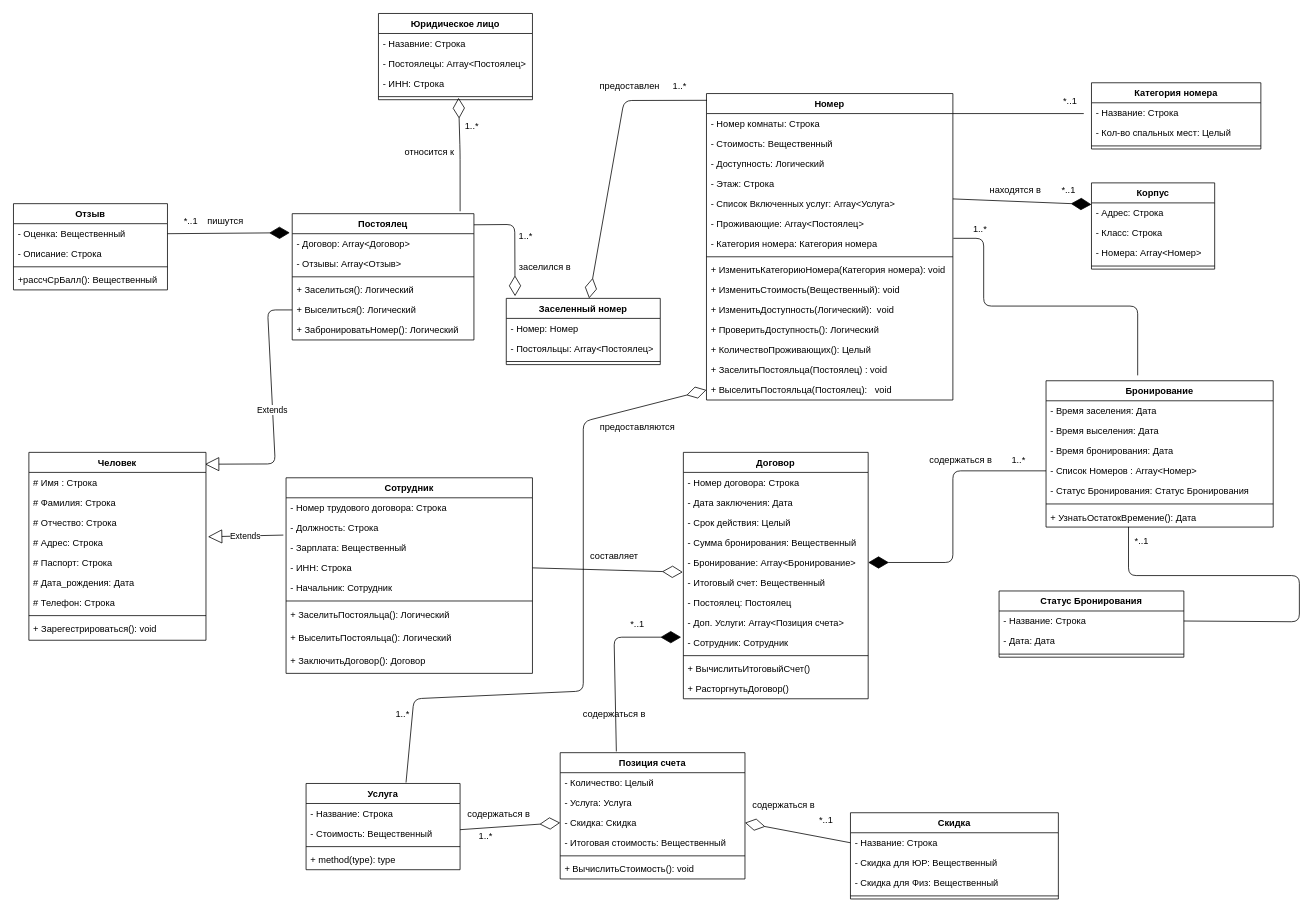
Earlier version of the draw.io diagram IS_IS/lab2/Class diagram.drawio (Suvorovm/DB--Labs). Source tidied: cells renumbered, new cells numbered last; positions are measured from the earlier drawing's top-left corner, leaving out a move shared by most shapes. Both pictures are drawn from the tidied source at 77%, with x=0, y=0 at pixel (13, 13).
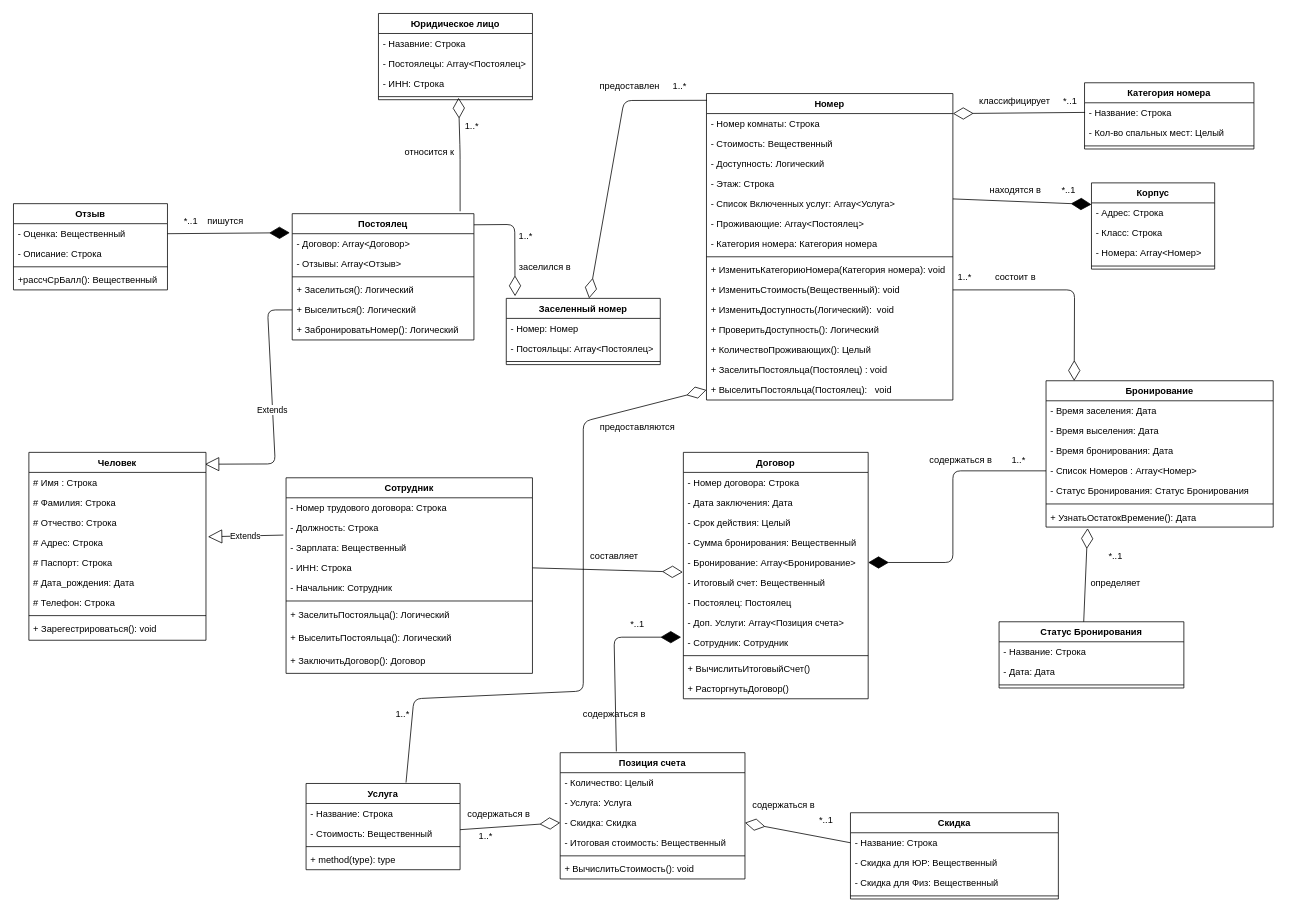
The same diagram, later.

The change refers to these unchanged cells:
```xml
<mxCell id="12" value="+ ИзменитьСтоимость(Вещественный): void" style="text;strokeColor=none;fillColor=none;align=left;verticalAlign=top;spacingLeft=4;spacingRight=4;overflow=hidden;points=[[0,0.5],[1,0.5]];portConstraint=eastwest;" parent="2" vertex="1">
  <mxGeometry y="242" width="320" height="26" as="geometry" />
</mxCell>
<mxCell id="20" value="Бронирование" style="swimlane;fontStyle=1;align=center;verticalAlign=top;horizontal=1;startSize=26;" parent="1" vertex="1">
  <mxGeometry x="1341" y="477" width="295" height="190" as="geometry" />
</mxCell>
<mxCell id="27" value="+ УзнатьОстатокВремение(): Дата" style="text;strokeColor=none;fillColor=none;align=left;verticalAlign=top;spacingLeft=4;spacingRight=4;overflow=hidden;points=[[0,0.5],[1,0.5]];portConstraint=eastwest;" parent="20" vertex="1">
  <mxGeometry y="164" width="295" height="26" as="geometry" />
</mxCell>
<mxCell id="38" value="- Название: Строка" style="text;strokeColor=none;fillColor=none;align=left;verticalAlign=top;spacingLeft=4;spacingRight=4;overflow=hidden;points=[[0,0.5],[1,0.5]];portConstraint=eastwest;" parent="37" vertex="1">
  <mxGeometry y="26" width="240" height="26" as="geometry" />
</mxCell>
<mxCell id="122" value="*..1" style="text;html=1;align=center;verticalAlign=middle;points=[];" parent="1" vertex="1">
  <mxGeometry x="1357" y="104" width="30" height="20" as="geometry" />
</mxCell>
```

What changed in the source:
```diff
@@
     <mxCell id="33" value="Категория номера" style="swimlane;fontStyle=1;align=center;verticalAlign=top;horizontal=1;startSize=26;" parent="1" vertex="1">
-      <mxGeometry x="1400" y="90" width="220" height="86" as="geometry" />
+      <mxGeometry x="1391" y="90" width="220" height="86" as="geometry" />
     </mxCell>
@@
     <mxCell id="37" value="Статус Бронирования" style="swimlane;fontStyle=1;align=center;verticalAlign=top;horizontal=1;startSize=26;" parent="1" vertex="1">
-      <mxGeometry x="1280" y="750" width="240" height="86" as="geometry" />
+      <mxGeometry x="1280" y="790" width="240" height="86" as="geometry" />
     </mxCell>
@@
-    <mxCell id="112" style="endArrow=none;html=1;edgeStyle=orthogonalEdgeStyle;exitX=1.002;exitY=0.231;exitDx=0;exitDy=0;exitPerimeter=0;" parent="1" edge="1">
-      <mxGeometry relative="1" as="geometry">
-        <mxPoint x="1220.6" y="292" as="sourcePoint" />
-        <mxPoint x="1460" y="470" as="targetPoint" />
-        <Array as="points">
-          <mxPoint x="1260" y="292" />
-          <mxPoint x="1260" y="380" />
-          <mxPoint x="1460" y="380" />
-        </Array>
-      </mxGeometry>
-    </mxCell>
-    <mxCell id="113" style="endArrow=none;html=1;edgeStyle=orthogonalEdgeStyle;" parent="1" edge="1">
-      <mxGeometry relative="1" as="geometry">
-        <mxPoint x="1220" y="130" as="sourcePoint" />
-        <mxPoint x="1390" y="130" as="targetPoint" />
-      </mxGeometry>
-    </mxCell>
@@
-    <mxCell id="121" style="endArrow=none;html=1;edgeStyle=orthogonalEdgeStyle;exitX=0.363;exitY=0.994;exitDx=0;exitDy=0;exitPerimeter=0;entryX=1;entryY=0.5;entryDx=0;entryDy=0;" parent="1" edge="1" source="27" target="38">
-      <mxGeometry relative="1" as="geometry">
-        <Array as="points">
-          <mxPoint x="1448" y="730" />
-          <mxPoint x="1670" y="730" />
-          <mxPoint x="1670" y="790" />
-          <mxPoint x="1520" y="790" />
-        </Array>
-      </mxGeometry>
-    </mxCell>
@@
     <mxCell id="123" value="*..1" style="text;html=1;align=center;verticalAlign=middle;" parent="1" vertex="1">
-      <mxGeometry x="1450" y="675" width="30" height="20" as="geometry" />
+      <mxGeometry x="1416" y="695" width="30" height="20" as="geometry" />
     </mxCell>
     <mxCell id="124" value="1..*" style="text;html=1;align=center;verticalAlign=middle;" parent="1" vertex="1">
-      <mxGeometry x="1240" y="270" width="30" height="20" as="geometry" />
+      <mxGeometry x="1220" y="332" width="30" height="20" as="geometry" />
     </mxCell>
@@
+    <mxCell id="150" style="endArrow=diamondThin;endFill=0;endSize=24;html=1;exitX=1;exitY=0.5;exitDx=0;exitDy=0;entryX=0.124;entryY=0.001;entryDx=0;entryDy=0;entryPerimeter=0;" parent="1" edge="1" source="12" target="20">
+      <mxGeometry relative="1" as="geometry">
+        <Array as="points">
+          <mxPoint x="1378" y="359" />
+        </Array>
+      </mxGeometry>
+    </mxCell>
+    <mxCell id="151" value="состоит в" style="text;html=1;align=center;verticalAlign=middle;" parent="1" vertex="1">
+      <mxGeometry x="1266" y="332" width="70" height="20" as="geometry" />
+    </mxCell>
+    <mxCell id="152" style="endArrow=diamondThin;endFill=0;endSize=24;html=1;exitX=1.156;exitY=1.225;exitDx=0;exitDy=0;exitPerimeter=0;" parent="1" edge="1" source="122">
+      <mxGeometry relative="1" as="geometry">
+        <mxPoint x="1220" y="130" as="targetPoint" />
+      </mxGeometry>
+    </mxCell>
+    <mxCell id="153" value="классифицирует" style="text;html=1;align=center;verticalAlign=middle;" parent="1" vertex="1">
+      <mxGeometry x="1245" y="104" width="110" height="20" as="geometry" />
+    </mxCell>
+    <mxCell id="154" style="endArrow=diamondThin;endFill=0;endSize=24;html=1;exitX=0.458;exitY=0;exitDx=0;exitDy=0;exitPerimeter=0;entryX=0.183;entryY=1.058;entryDx=0;entryDy=0;entryPerimeter=0;" parent="1" edge="1" source="37" target="27">
+      <mxGeometry relative="1" as="geometry" />
+    </mxCell>
+    <mxCell id="155" value="определяет" style="text;html=1;align=center;verticalAlign=middle;" parent="1" vertex="1">
+      <mxGeometry x="1391" y="730" width="80" height="20" as="geometry" />
+    </mxCell>
```
